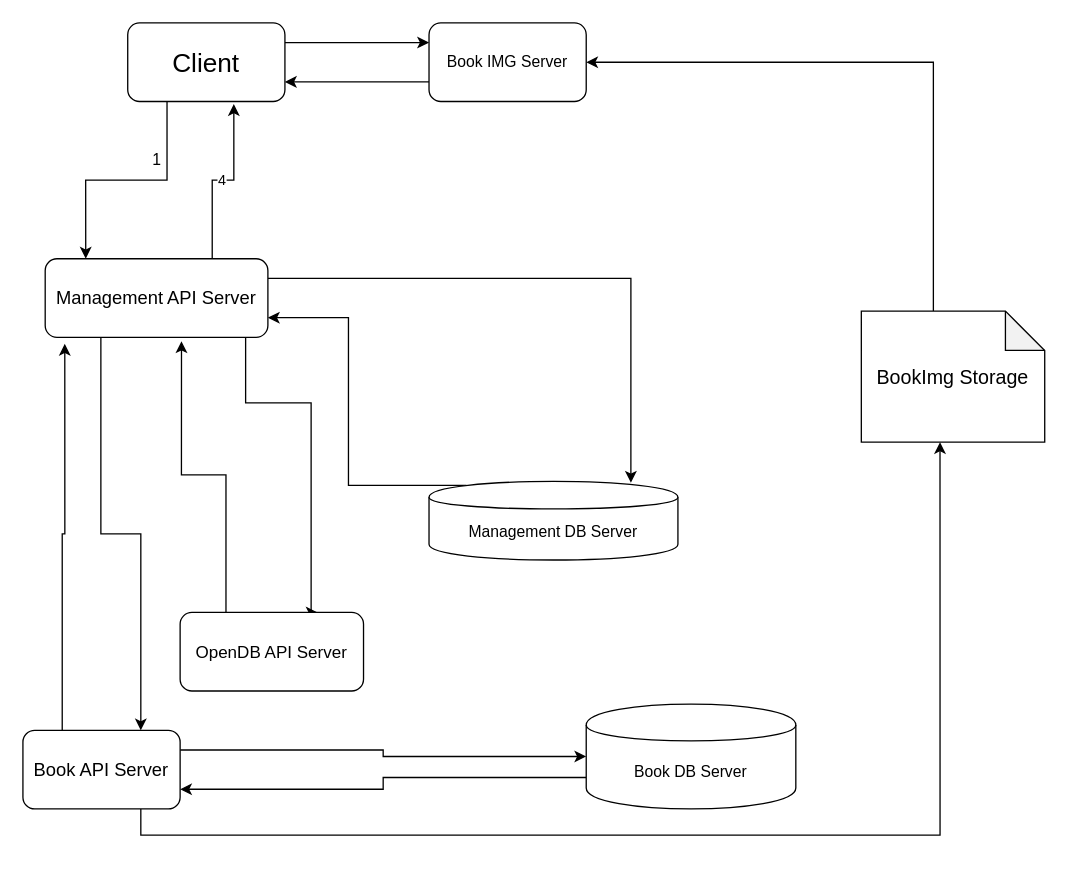
Earlier version of the draw.io diagram Doc/Design.drawio (Sora-210/RyukokuBooksSystem). Source tidied: cells renumbered, new cells numbered last; positions are measured from the earlier drawing's top-left corner, leaving out a move shared by most shapes. Both pictures are drawn from the tidied source at 131%, with x=0, y=0 at pixel (22, 22).
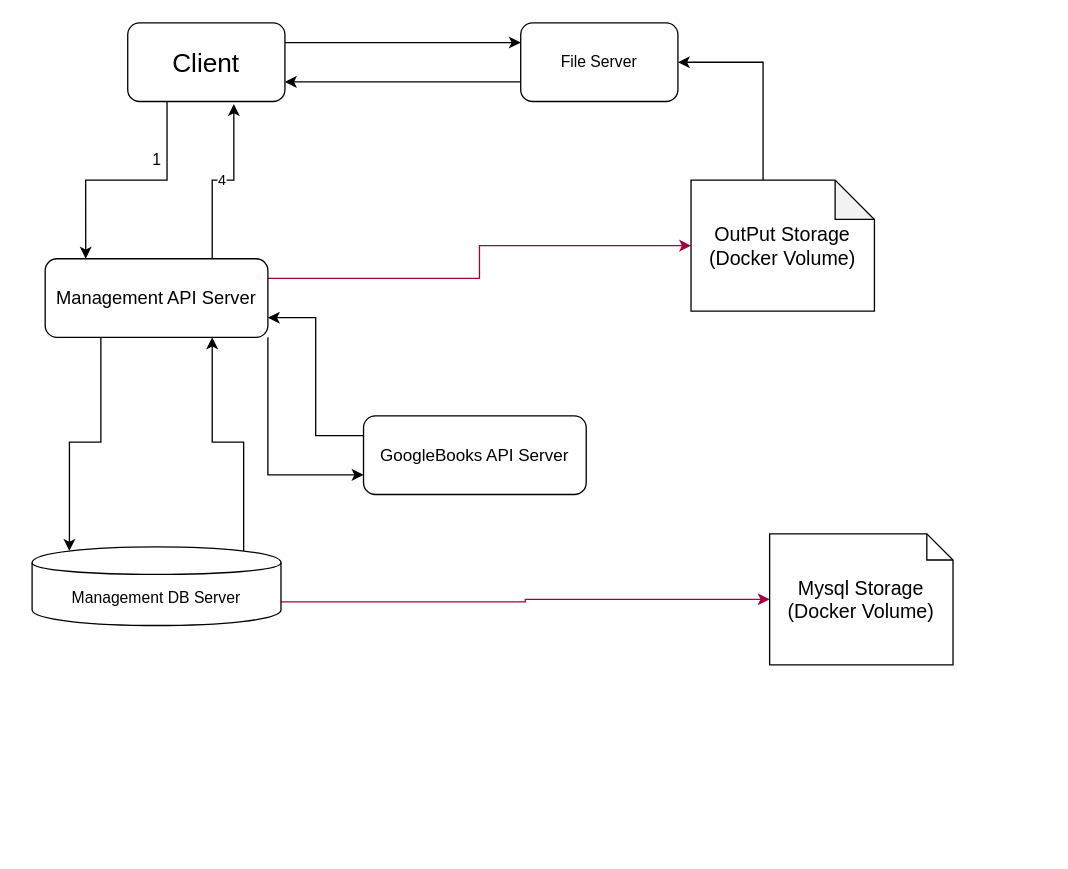
After the change.

Commit message:
サーバーデザインの更新(GoogleBooks版)

Unchanged cells that the change refers to:
```xml
<mxCell id="9" value="&lt;font style=&quot;font-size: 14px&quot;&gt;Management API Server&lt;/font&gt;" style="rounded=1;whiteSpace=wrap;html=1;" parent="1" vertex="1">
  <mxGeometry x="17" y="180" width="170" height="60" as="geometry" />
</mxCell>
```

Change to the diagram source:
```diff
@@
-    <mxCell id="6" style="edgeStyle=orthogonalEdgeStyle;rounded=0;jettySize=auto;html=1;exitX=1;exitY=0.25;exitDx=0;exitDy=0;entryX=0.811;entryY=0.017;entryDx=0;entryDy=0;entryPerimeter=0;" parent="1" edge="1" source="9" target="18">
+    <mxCell id="6" style="edgeStyle=orthogonalEdgeStyle;rounded=0;jettySize=auto;html=1;exitX=0.25;exitY=1;exitDx=0;exitDy=0;entryX=0.15;entryY=0.05;entryDx=0;entryDy=0;entryPerimeter=0;" parent="1" edge="1" source="9" target="18">
       <mxGeometry relative="1" as="geometry" />
     </mxCell>
-    <mxCell id="7" style="edgeStyle=orthogonalEdgeStyle;rounded=0;jettySize=auto;html=1;exitX=0.75;exitY=1;exitDx=0;exitDy=0;entryX=0.75;entryY=0;entryDx=0;entryDy=0;" parent="1" edge="1" source="9" target="15">
-      <mxGeometry relative="1" as="geometry">
-        <Array as="points">
-          <mxPoint x="170" y="240" />
-          <mxPoint x="170" y="290" />
-          <mxPoint x="220" y="290" />
-          <mxPoint x="220" y="450" />
-        </Array>
-      </mxGeometry>
+    <mxCell id="7" style="edgeStyle=orthogonalEdgeStyle;rounded=0;jettySize=auto;html=1;exitX=1;exitY=1;exitDx=0;exitDy=0;entryX=0;entryY=0.75;entryDx=0;entryDy=0;" parent="1" edge="1" source="9" target="15">
+      <mxGeometry relative="1" as="geometry" />
     </mxCell>
-    <mxCell id="8" style="edgeStyle=orthogonalEdgeStyle;rounded=0;jettySize=auto;html=1;exitX=0.25;exitY=1;exitDx=0;exitDy=0;entryX=0.75;entryY=0;entryDx=0;entryDy=0;" parent="1" edge="1" source="9" target="13">
-      <mxGeometry relative="1" as="geometry" />
-    </mxCell>
+    <mxCell id="25" style="edgeStyle=orthogonalEdgeStyle;rounded=0;jettySize=auto;html=1;exitX=1;exitY=0.25;exitDx=0;exitDy=0;fillColor=#d80073;strokeColor=#A50040;" parent="1" edge="1" source="9" target="24">
+      <mxGeometry relative="1" as="geometry" />
+    </mxCell>
@@
-    <mxCell id="10" style="edgeStyle=orthogonalEdgeStyle;rounded=0;jettySize=auto;html=1;exitX=1;exitY=0.25;exitDx=0;exitDy=0;entryX=0;entryY=0.5;entryDx=0;entryDy=0;" parent="1" edge="1" source="13" target="20">
-      <mxGeometry relative="1" as="geometry" />
-    </mxCell>
-    <mxCell id="11" style="edgeStyle=orthogonalEdgeStyle;rounded=0;jettySize=auto;html=1;exitX=0.75;exitY=1;exitDx=0;exitDy=0;entryX=0.429;entryY=1;entryDx=0;entryDy=0;entryPerimeter=0;" parent="1" edge="1" source="13" target="24">
-      <mxGeometry relative="1" as="geometry" />
-    </mxCell>
-    <mxCell id="12" style="edgeStyle=orthogonalEdgeStyle;rounded=0;jettySize=auto;html=1;exitX=0.25;exitY=0;exitDx=0;exitDy=0;entryX=0.088;entryY=1.083;entryDx=0;entryDy=0;entryPerimeter=0;" parent="1" edge="1" source="13" target="9">
-      <mxGeometry relative="1" as="geometry" />
-    </mxCell>
-    <mxCell id="13" value="&lt;font style=&quot;font-size: 14px&quot;&gt;Book API Server&lt;/font&gt;" style="rounded=1;whiteSpace=wrap;html=1;" parent="1" vertex="1">
-      <mxGeometry y="540" width="120" height="60" as="geometry" />
-    </mxCell>
-    <mxCell id="14" style="edgeStyle=orthogonalEdgeStyle;rounded=0;jettySize=auto;html=1;exitX=0.25;exitY=0;exitDx=0;exitDy=0;entryX=0.612;entryY=1.05;entryDx=0;entryDy=0;entryPerimeter=0;" parent="1" edge="1" source="15" target="9">
+    <mxCell id="14" style="edgeStyle=orthogonalEdgeStyle;rounded=0;jettySize=auto;html=1;exitX=0;exitY=0.25;exitDx=0;exitDy=0;entryX=1;entryY=0.75;entryDx=0;entryDy=0;" parent="1" edge="1" source="15" target="9">
       <mxGeometry relative="1" as="geometry" />
     </mxCell>
-    <mxCell id="15" value="&lt;font style=&quot;font-size: 13px&quot;&gt;OpenDB API Server&lt;/font&gt;" style="rounded=1;whiteSpace=wrap;html=1;" parent="1" vertex="1">
-      <mxGeometry x="120" y="450" width="140" height="60" as="geometry" />
+    <mxCell id="15" value="&lt;font style=&quot;font-size: 13px&quot;&gt;GoogleBooks API Server&lt;/font&gt;" style="rounded=1;whiteSpace=wrap;html=1;" parent="1" vertex="1">
+      <mxGeometry x="260" y="300" width="170" height="60" as="geometry" />
     </mxCell>
@@
-    <mxCell id="17" style="edgeStyle=orthogonalEdgeStyle;rounded=0;jettySize=auto;html=1;exitX=0.15;exitY=0.05;exitDx=0;exitDy=0;exitPerimeter=0;entryX=1;entryY=0.75;entryDx=0;entryDy=0;" parent="1" edge="1" source="18" target="9">
+    <mxCell id="17" style="edgeStyle=orthogonalEdgeStyle;rounded=0;jettySize=auto;html=1;exitX=0.85;exitY=0.05;exitDx=0;exitDy=0;exitPerimeter=0;entryX=0.75;entryY=1;entryDx=0;entryDy=0;" parent="1" edge="1" source="18" target="9">
       <mxGeometry relative="1" as="geometry" />
     </mxCell>
+    <mxCell id="26" style="edgeStyle=orthogonalEdgeStyle;rounded=0;jettySize=auto;html=1;exitX=1;exitY=0.7;exitDx=0;exitDy=0;entryX=0;entryY=0.5;entryDx=0;entryDy=0;entryPerimeter=0;fillColor=#d80073;strokeColor=#A50040;" parent="1" edge="1" source="18" target="27">
+      <mxGeometry relative="1" as="geometry" />
+    </mxCell>
     <mxCell id="18" value="Management DB Server" style="shape=cylinder;whiteSpace=wrap;html=1;boundedLbl=1;backgroundOutline=1;" parent="1" vertex="1">
-      <mxGeometry x="310" y="350" width="190" height="60" as="geometry" />
+      <mxGeometry x="7" y="400" width="190" height="60" as="geometry" />
     </mxCell>
-    <mxCell id="19" style="edgeStyle=orthogonalEdgeStyle;rounded=0;jettySize=auto;html=1;exitX=0;exitY=0.7;exitDx=0;exitDy=0;entryX=1;entryY=0.75;entryDx=0;entryDy=0;" parent="1" edge="1" source="20" target="13">
-      <mxGeometry relative="1" as="geometry" />
-    </mxCell>
-    <mxCell id="20" value="Book DB Server" style="shape=cylinder;whiteSpace=wrap;html=1;boundedLbl=1;backgroundOutline=1;" parent="1" vertex="1">
-      <mxGeometry x="430" y="520" width="160" height="80" as="geometry" />
-    </mxCell>
@@
-    <mxCell id="22" value="Book IMG Server" style="rounded=1;whiteSpace=wrap;html=1;" parent="1" vertex="1">
-      <mxGeometry x="310" width="120" height="60" as="geometry" />
+    <mxCell id="22" value="File Server" style="rounded=1;whiteSpace=wrap;html=1;" parent="1" vertex="1">
+      <mxGeometry x="380" width="120" height="60" as="geometry" />
     </mxCell>
@@
-    <mxCell id="24" value="&lt;font style=&quot;font-size: 15px&quot;&gt;BookImg Storage&lt;/font&gt;" style="shape=note;whiteSpace=wrap;html=1;backgroundOutline=1;darkOpacity=0.05;" parent="1" vertex="1">
-      <mxGeometry x="640" y="220" width="140" height="100" as="geometry" />
+    <mxCell id="24" value="&lt;font style=&quot;font-size: 15px&quot;&gt;OutPut Storage&lt;br&gt;(Docker Volume)&lt;br&gt;&lt;/font&gt;" style="shape=note;whiteSpace=wrap;html=1;backgroundOutline=1;darkOpacity=0.05;" parent="1" vertex="1">
+      <mxGeometry x="510" y="120" width="140" height="100" as="geometry" />
     </mxCell>
+    <mxCell id="27" value="&lt;span style=&quot;font-size: 15px&quot;&gt;Mysql Storage&lt;br&gt;(Docker Volume)&lt;br&gt;&lt;/span&gt;" style="shape=note;size=20;whiteSpace=wrap;html=1;" parent="1" vertex="1">
+      <mxGeometry x="570" y="390" width="140" height="100" as="geometry" />
+    </mxCell>
```
